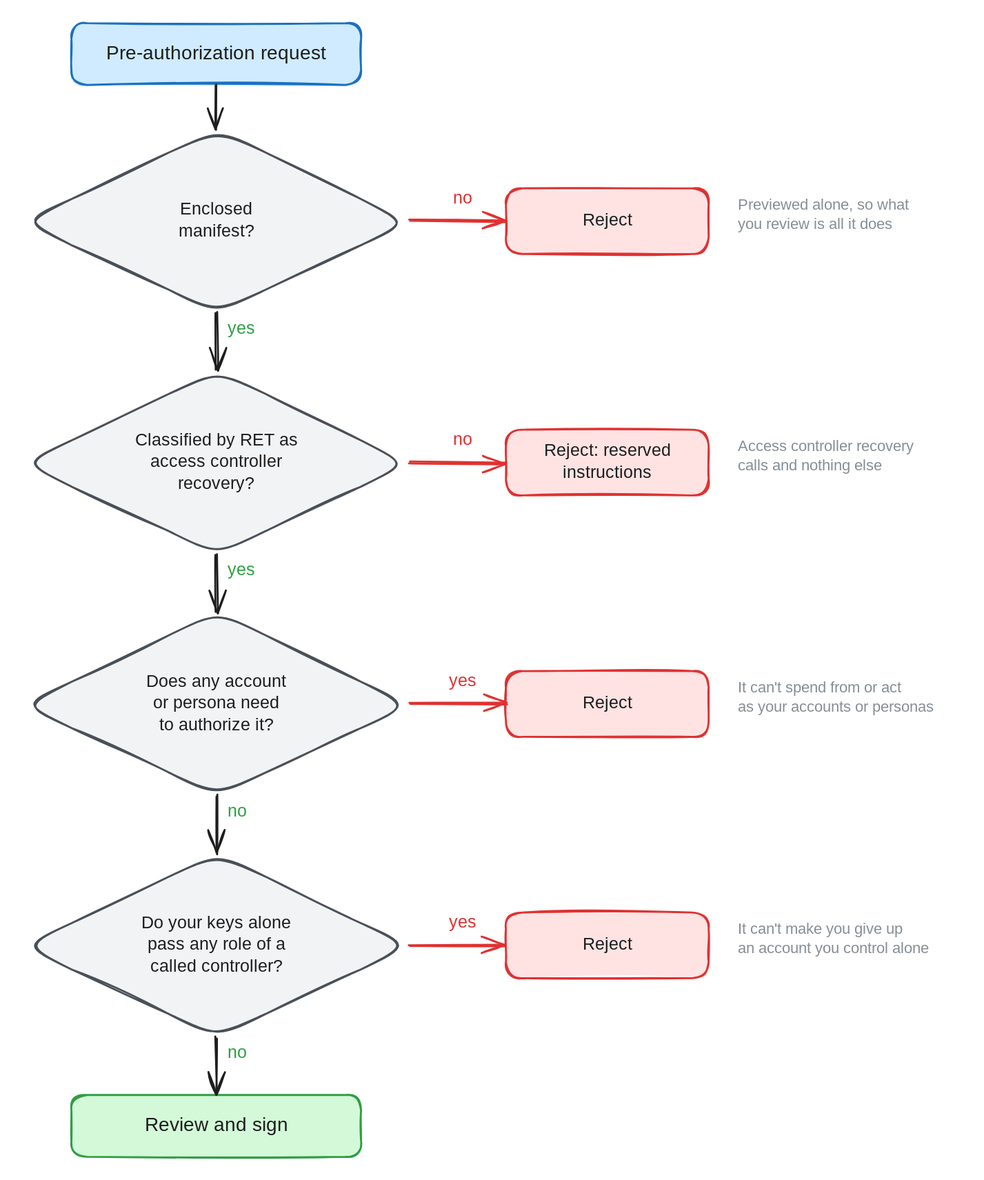
Before: docs/shared-control-pre-authorization/gate.svg, a diagram exported from Excalidraw (radixdlt/sargon). Source tidied: one line per element, renumbered; positions are measured from the earlier drawing's top-left corner, leaving out a move shared by most shapes.
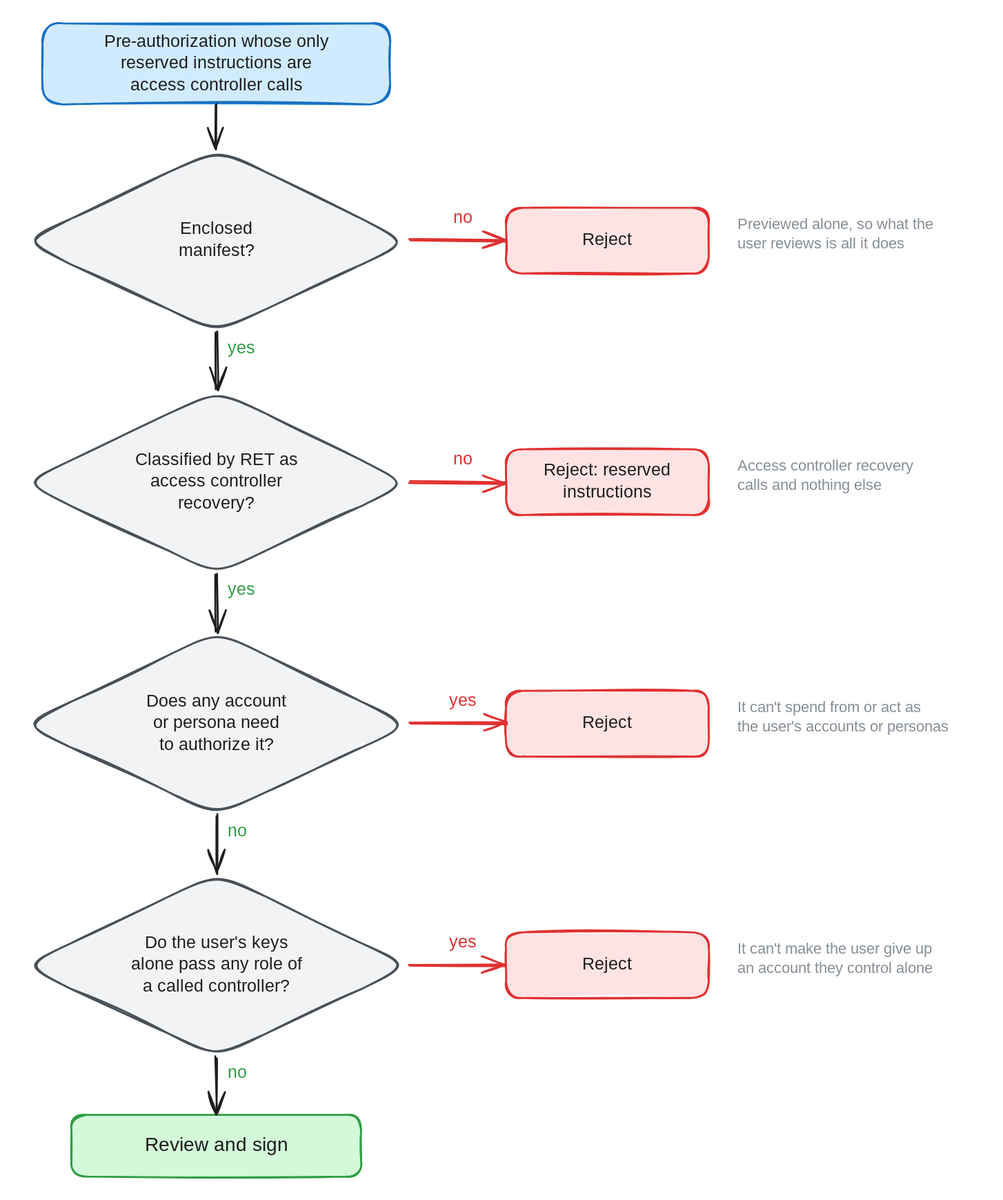
The same file after the commit.

Commit message:
Make the shared control doc consistent with the code

Diff of the diagram source:
```diff
@@ -1,5 +1,5 @@
-{"id": 0, "type": "rectangle", "strokeColor": "#1971c2", "backgroundColor": "#d0ebff", "fillStyle": "solid", "strokeWidth": 2, "roughness": 1, "round": true, "x": 50, "y": 0, "width": 300, "height": 64}
+{"id": 0, "type": "rectangle", "strokeColor": "#1971c2", "backgroundColor": "#d0ebff", "fillStyle": "solid", "strokeWidth": 2, "roughness": 1, "round": true, "x": 20, "y": -20, "width": 360, "height": 84}
-{"id": 1, "type": "text", "text": "Pre-authorization request", "strokeColor": "#1e1e1e", "strokeWidth": 2, "roughness": 1, "fontSize": 20, "fontFamily": 5, "textAlign": "center", "verticalAlign": "middle", "inside": 0, "x": 73, "y": 20, "width": 253, "height": 25}
+{"id": 1, "type": "text", "text": "Pre-authorization whose only\nreserved instructions are\naccess controller calls", "strokeColor": "#1e1e1e", "strokeWidth": 2, "roughness": 1, "fontSize": 18, "fontFamily": 5, "textAlign": "center", "verticalAlign": "middle", "inside": 0, "x": 72, "y": -12, "width": 257, "height": 68}
 {"id": 2, "type": "diamond", "strokeColor": "#495057", "backgroundColor": "#f1f3f5", "fillStyle": "solid", "strokeWidth": 2, "roughness": 1, "round": true, "x": 0, "y": 110, "width": 400, "height": 190}
 {"id": 3, "type": "text", "text": "Enclosed\nmanifest?", "strokeColor": "#1e1e1e", "strokeWidth": 2, "roughness": 1, "fontSize": 18, "fontFamily": 5, "textAlign": "center", "verticalAlign": "middle", "inside": 2, "x": 159, "y": 182, "width": 83, "height": 45}
 {"id": 4, "type": "arrow", "strokeColor": "#1e1e1e", "strokeWidth": 2, "roughness": 1, "endArrowhead": "arrow", "round": true, "from": 0, "to": 2, "x": 200, "y": 64, "width": 0, "height": 46, "points": [[0, 0], [0, 46]]}
@@ -7,7 +7,7 @@
 {"id": 6, "type": "text", "text": "Reject", "strokeColor": "#1e1e1e", "strokeWidth": 2, "roughness": 1, "fontSize": 18, "fontFamily": 5, "textAlign": "center", "verticalAlign": "middle", "inside": 5, "x": 576, "y": 194, "width": 58, "height": 22}
 {"id": 7, "type": "arrow", "strokeColor": "#e03131", "strokeWidth": 2, "roughness": 1, "endArrowhead": "arrow", "round": true, "from": 2, "to": 5, "x": 400, "y": 205, "width": 100, "height": 0, "points": [[0, 0], [100, 0]]}
 {"id": 8, "type": "text", "text": "no", "strokeColor": "#e03131", "strokeWidth": 2, "roughness": 1, "fontSize": 18, "fontFamily": 5, "textAlign": "center", "x": 445, "y": 171, "width": 20, "height": 22}
-{"id": 9, "type": "text", "text": "Previewed alone, so what\nyou review is all it does", "strokeColor": "#868e96", "strokeWidth": 2, "roughness": 1, "fontSize": 16, "fontFamily": 5, "x": 740, "y": 179, "width": 196, "height": 40}
+{"id": 9, "type": "text", "text": "Previewed alone, so what the\nuser reviews is all it does", "strokeColor": "#868e96", "strokeWidth": 2, "roughness": 1, "fontSize": 16, "fontFamily": 5, "x": 740, "y": 179, "width": 229, "height": 40}
 {"id": 10, "type": "diamond", "strokeColor": "#495057", "backgroundColor": "#f1f3f5", "fillStyle": "solid", "strokeWidth": 2, "roughness": 1, "round": true, "x": 0, "y": 360, "width": 400, "height": 190}
 {"id": 11, "type": "text", "text": "Classified by RET as\naccess controller\nrecovery?", "strokeColor": "#1e1e1e", "strokeWidth": 2, "roughness": 1, "fontSize": 18, "fontFamily": 5, "textAlign": "center", "verticalAlign": "middle", "inside": 10, "x": 107, "y": 421, "width": 186, "height": 68}
 {"id": 12, "type": "arrow", "strokeColor": "#1e1e1e", "strokeWidth": 2, "roughness": 1, "endArrowhead": "arrow", "round": true, "from": 2, "to": 10, "x": 200, "y": 300, "width": 0, "height": 60, "points": [[0, 0], [0, 60]]}
@@ -25,16 +25,16 @@
 {"id": 24, "type": "text", "text": "Reject", "strokeColor": "#1e1e1e", "strokeWidth": 2, "roughness": 1, "fontSize": 18, "fontFamily": 5, "textAlign": "center", "verticalAlign": "middle", "inside": 23, "x": 576, "y": 694, "width": 58, "height": 22}
 {"id": 25, "type": "arrow", "strokeColor": "#e03131", "strokeWidth": 2, "roughness": 1, "endArrowhead": "arrow", "round": true, "from": 19, "to": 23, "x": 400, "y": 705, "width": 100, "height": 0, "points": [[0, 0], [100, 0]]}
 {"id": 26, "type": "text", "text": "yes", "strokeColor": "#e03131", "strokeWidth": 2, "roughness": 1, "fontSize": 18, "fontFamily": 5, "textAlign": "center", "x": 440, "y": 671, "width": 29, "height": 22}
-{"id": 27, "type": "text", "text": "It can't spend from or act\nas your accounts or personas", "strokeColor": "#868e96", "strokeWidth": 2, "roughness": 1, "fontSize": 16, "fontFamily": 5, "x": 740, "y": 679, "width": 231, "height": 40}
+{"id": 27, "type": "text", "text": "It can't spend from or act as\nthe user's accounts or personas", "strokeColor": "#868e96", "strokeWidth": 2, "roughness": 1, "fontSize": 16, "fontFamily": 5, "x": 740, "y": 679, "width": 251, "height": 40}
 {"id": 28, "type": "diamond", "strokeColor": "#495057", "backgroundColor": "#f1f3f5", "fillStyle": "solid", "strokeWidth": 2, "roughness": 1, "round": true, "x": 0, "y": 860, "width": 400, "height": 190}
-{"id": 29, "type": "text", "text": "Do your keys alone\npass any role of a\ncalled controller?", "strokeColor": "#1e1e1e", "strokeWidth": 2, "roughness": 1, "fontSize": 18, "fontFamily": 5, "textAlign": "center", "verticalAlign": "middle", "inside": 28, "x": 116, "y": 921, "width": 167, "height": 68}
+{"id": 29, "type": "text", "text": "Do the user's keys\nalone pass any role of\na called controller?", "strokeColor": "#1e1e1e", "strokeWidth": 2, "roughness": 1, "fontSize": 18, "fontFamily": 5, "textAlign": "center", "verticalAlign": "middle", "inside": 28, "x": 103, "y": 921, "width": 194, "height": 68}
 {"id": 30, "type": "arrow", "strokeColor": "#1e1e1e", "strokeWidth": 2, "roughness": 1, "endArrowhead": "arrow", "round": true, "from": 19, "to": 28, "x": 200, "y": 800, "width": 0, "height": 60, "points": [[0, 0], [0, 60]]}
 {"id": 31, "type": "text", "text": "no", "strokeColor": "#2f9e44", "strokeWidth": 2, "roughness": 1, "fontSize": 18, "fontFamily": 5, "x": 212, "y": 806, "width": 20, "height": 22}
 {"id": 32, "type": "rectangle", "strokeColor": "#e03131", "backgroundColor": "#ffe3e3", "fillStyle": "solid", "strokeWidth": 2, "roughness": 1, "round": true, "x": 500, "y": 921, "width": 210, "height": 68}
 {"id": 33, "type": "text", "text": "Reject", "strokeColor": "#1e1e1e", "strokeWidth": 2, "roughness": 1, "fontSize": 18, "fontFamily": 5, "textAlign": "center", "verticalAlign": "middle", "inside": 32, "x": 576, "y": 944, "width": 58, "height": 22}
 {"id": 34, "type": "arrow", "strokeColor": "#e03131", "strokeWidth": 2, "roughness": 1, "endArrowhead": "arrow", "round": true, "from": 28, "to": 32, "x": 400, "y": 955, "width": 100, "height": 0, "points": [[0, 0], [100, 0]]}
 {"id": 35, "type": "text", "text": "yes", "strokeColor": "#e03131", "strokeWidth": 2, "roughness": 1, "fontSize": 18, "fontFamily": 5, "textAlign": "center", "x": 440, "y": 921, "width": 29, "height": 22}
-{"id": 36, "type": "text", "text": "It can't make you give up\nan account you control alone", "strokeColor": "#868e96", "strokeWidth": 2, "roughness": 1, "fontSize": 16, "fontFamily": 5, "x": 740, "y": 929, "width": 225, "height": 40}
+{"id": 36, "type": "text", "text": "It can't make the user give up\nan account they control alone", "strokeColor": "#868e96", "strokeWidth": 2, "roughness": 1, "fontSize": 16, "fontFamily": 5, "x": 740, "y": 929, "width": 237, "height": 40}
 {"id": 37, "type": "rectangle", "strokeColor": "#2f9e44", "backgroundColor": "#d3f9d8", "fillStyle": "solid", "strokeWidth": 2, "roughness": 1, "round": true, "x": 50, "y": 1110, "width": 300, "height": 64}
 {"id": 38, "type": "text", "text": "Review and sign", "strokeColor": "#1e1e1e", "strokeWidth": 2, "roughness": 1, "fontSize": 20, "fontFamily": 5, "textAlign": "center", "verticalAlign": "middle", "inside": 37, "x": 124, "y": 1130, "width": 153, "height": 25}
 {"id": 39, "type": "arrow", "strokeColor": "#1e1e1e", "strokeWidth": 2, "roughness": 1, "endArrowhead": "arrow", "round": true, "from": 28, "to": 37, "x": 200, "y": 1050, "width": 0, "height": 60, "points": [[0, 0], [0, 60]]}
```
